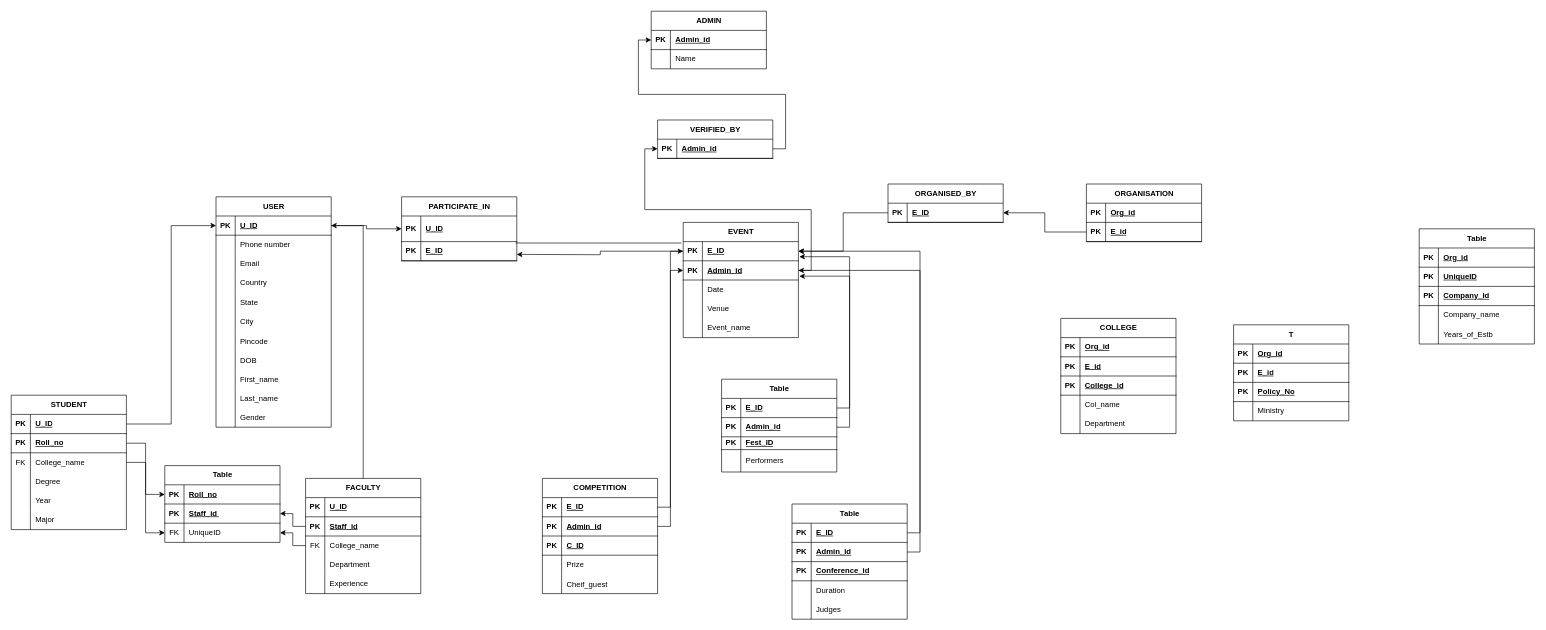
Earlier version of the draw.io diagram relational.drawio (Aaradhy-Sharma/dbms-project-1). Source tidied: cells renumbered, new cells numbered last; positions are measured from the earlier drawing's top-left corner, leaving out a move shared by most shapes. Both pictures are drawn from the tidied source at 64%, with x=0, y=0 at pixel (11, 11).
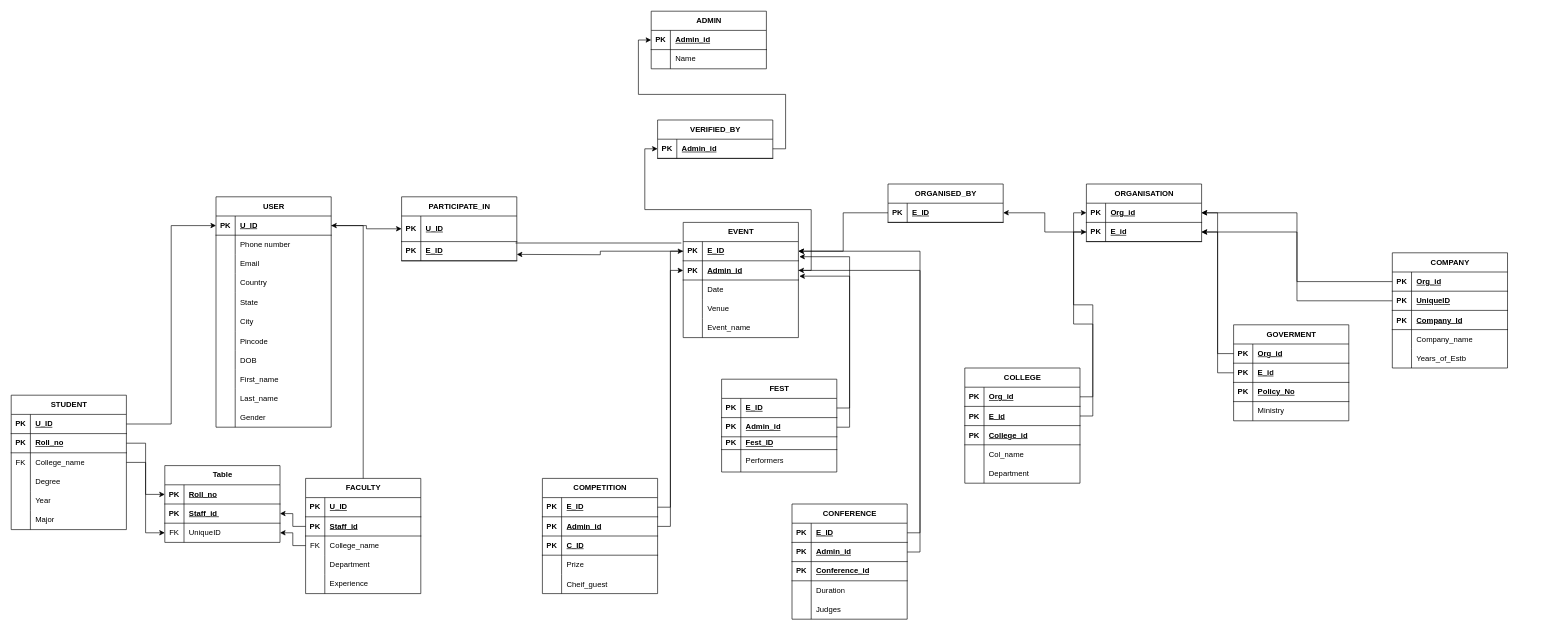
The same diagram, later.

The change refers to these unchanged cells:
```xml
<mxCell id="69" style="shape=tableRow;horizontal=0;startSize=0;swimlaneHead=0;swimlaneBody=0;fillColor=none;points=[[0,0.5],[1,0.5]];portConstraint=eastwest;top=0;left=0;right=0;bottom=1;" parent="68" vertex="1">
  <mxGeometry y="30" width="180" height="30" as="geometry" />
</mxCell>
<mxCell id="72" style="shape=tableRow;horizontal=0;startSize=0;swimlaneHead=0;swimlaneBody=0;fillColor=none;points=[[0,0.5],[1,0.5]];portConstraint=eastwest;top=0;left=0;right=0;bottom=1;" parent="68" vertex="1">
  <mxGeometry y="60" width="180" height="30" as="geometry" />
</mxCell>
<mxCell id="168" style="shape=tableRow;horizontal=0;startSize=0;swimlaneHead=0;swimlaneBody=0;fillColor=none;points=[[0,0.5],[1,0.5]];portConstraint=eastwest;top=0;left=0;right=0;bottom=1;" parent="167" vertex="1">
  <mxGeometry y="30" width="180" height="30" as="geometry" />
</mxCell>
<mxCell id="171" style="shape=tableRow;horizontal=0;startSize=0;swimlaneHead=0;swimlaneBody=0;fillColor=none;points=[[0,0.5],[1,0.5]];portConstraint=eastwest;top=0;left=0;right=0;bottom=1;" parent="167" vertex="1">
  <mxGeometry y="60" width="180" height="30" as="geometry" />
</mxCell>
<mxCell id="184" style="shape=tableRow;horizontal=0;startSize=0;swimlaneHead=0;swimlaneBody=0;fillColor=none;points=[[0,0.5],[1,0.5]];portConstraint=eastwest;top=0;left=0;right=0;bottom=1;" parent="183" vertex="1">
  <mxGeometry y="30" width="180" height="30" as="geometry" />
</mxCell>
<mxCell id="187" style="shape=tableRow;horizontal=0;startSize=0;swimlaneHead=0;swimlaneBody=0;fillColor=none;points=[[0,0.5],[1,0.5]];portConstraint=eastwest;top=0;left=0;right=0;bottom=1;" parent="183" vertex="1">
  <mxGeometry y="60" width="180" height="30" as="geometry" />
</mxCell>
<mxCell id="197" style="shape=tableRow;horizontal=0;startSize=0;swimlaneHead=0;swimlaneBody=0;fillColor=none;points=[[0,0.5],[1,0.5]];portConstraint=eastwest;top=0;left=0;right=0;bottom=1;" parent="196" vertex="1">
  <mxGeometry y="30" width="180" height="30" as="geometry" />
</mxCell>
<mxCell id="200" style="shape=tableRow;horizontal=0;startSize=0;swimlaneHead=0;swimlaneBody=0;fillColor=none;points=[[0,0.5],[1,0.5]];portConstraint=eastwest;top=0;left=0;right=0;bottom=1;" parent="196" vertex="1">
  <mxGeometry y="60" width="180" height="30" as="geometry" />
</mxCell>
```

What changed in the source:
```diff
@@
-    <mxCell id="122" value="Table" style="shape=table;startSize=30;childLayout=tableLayout;rowLines=0;fontStyle=1;align=center;html=1;" parent="1" vertex="1">
+    <mxCell id="122" value="FEST" style="shape=table;startSize=30;childLayout=tableLayout;rowLines=0;fontStyle=1;align=center;html=1;" parent="1" vertex="1">
       <mxGeometry x="1110" y="575" width="180" height="145" as="geometry" />
     </mxCell>
@@
-    <mxCell id="151" value="Table" style="shape=table;startSize=30;childLayout=tableLayout;rowLines=0;fontStyle=1;align=center;html=1;" parent="1" vertex="1">
+    <mxCell id="151" value="CONFERENCE" style="shape=table;startSize=30;childLayout=tableLayout;rowLines=0;fontStyle=1;align=center;html=1;" parent="1" vertex="1">
       <mxGeometry x="1220" y="770" width="180" height="180" as="geometry" />
     </mxCell>
@@
     <mxCell id="167" value="COLLEGE" style="shape=table;startSize=30;childLayout=tableLayout;rowLines=0;fontStyle=1;align=center;html=1;" parent="1" vertex="1">
-      <mxGeometry x="1640" y="480" width="180" height="180" as="geometry" />
+      <mxGeometry x="1490" y="557.5" width="180" height="180" as="geometry" />
     </mxCell>
@@
-    <mxCell id="183" value="T" style="shape=table;startSize=30;childLayout=tableLayout;rowLines=0;fontStyle=1;align=center;html=1;" parent="1" vertex="1">
+    <mxCell id="183" value="GOVERMENT" style="shape=table;startSize=30;childLayout=tableLayout;rowLines=0;fontStyle=1;align=center;html=1;" parent="1" vertex="1">
       <mxGeometry x="1910" y="490" width="180" height="150" as="geometry" />
     </mxCell>
@@
-    <mxCell id="196" value="Table" style="shape=table;startSize=30;childLayout=tableLayout;rowLines=0;fontStyle=1;align=center;html=1;" parent="1" vertex="1">
-      <mxGeometry x="2200" y="340" width="180" height="180" as="geometry" />
+    <mxCell id="196" value="COMPANY" style="shape=table;startSize=30;childLayout=tableLayout;rowLines=0;fontStyle=1;align=center;html=1;" parent="1" vertex="1">
+      <mxGeometry x="2158" y="377.5" width="180" height="180" as="geometry" />
     </mxCell>
@@
+    <mxCell id="236" style="edgeStyle=orthogonalEdgeStyle;rounded=0;jettySize=auto;html=1;" parent="1" edge="1" source="168" target="69">
+      <mxGeometry relative="1" as="geometry" />
+    </mxCell>
+    <mxCell id="237" style="edgeStyle=orthogonalEdgeStyle;rounded=0;jettySize=auto;html=1;exitX=1;exitY=0.5;exitDx=0;exitDy=0;entryX=0;entryY=0.5;entryDx=0;entryDy=0;" parent="1" edge="1" source="171" target="72">
+      <mxGeometry relative="1" as="geometry" />
+    </mxCell>
+    <mxCell id="238" style="edgeStyle=orthogonalEdgeStyle;rounded=0;jettySize=auto;html=1;exitX=0;exitY=0.5;exitDx=0;exitDy=0;entryX=1;entryY=0.5;entryDx=0;entryDy=0;" parent="1" edge="1" source="184" target="69">
+      <mxGeometry relative="1" as="geometry" />
+    </mxCell>
+    <mxCell id="239" style="edgeStyle=orthogonalEdgeStyle;rounded=0;jettySize=auto;html=1;exitX=0;exitY=0.5;exitDx=0;exitDy=0;entryX=1;entryY=0.5;entryDx=0;entryDy=0;" parent="1" edge="1" source="187" target="72">
+      <mxGeometry relative="1" as="geometry" />
+    </mxCell>
+    <mxCell id="240" style="edgeStyle=orthogonalEdgeStyle;rounded=0;jettySize=auto;html=1;entryX=1;entryY=0.5;entryDx=0;entryDy=0;" parent="1" edge="1" source="197" target="69">
+      <mxGeometry relative="1" as="geometry" />
+    </mxCell>
+    <mxCell id="241" style="edgeStyle=orthogonalEdgeStyle;rounded=0;jettySize=auto;html=1;exitX=0;exitY=0.5;exitDx=0;exitDy=0;entryX=1;entryY=0.5;entryDx=0;entryDy=0;" parent="1" edge="1" source="200" target="72">
+      <mxGeometry relative="1" as="geometry" />
+    </mxCell>
```
